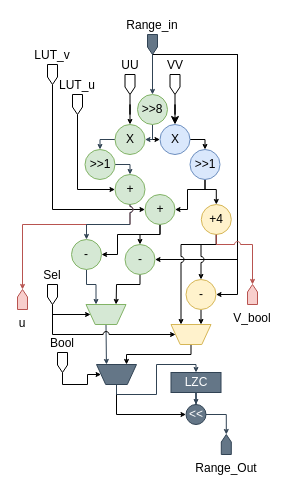
Earlier version of the draw.io diagram page "Stage_2" (6 of 9) of Project/Architecture.drawio (tuliopereirab/arithmetic-encoder-av1). Source tidied: cells renumbered, new cells numbered last; positions are measured from the earlier drawing's top-left corner, leaving out a move shared by most shapes. Both pictures are drawn from the tidied source at 100%, with x=0, y=0 at pixel (17, 34).
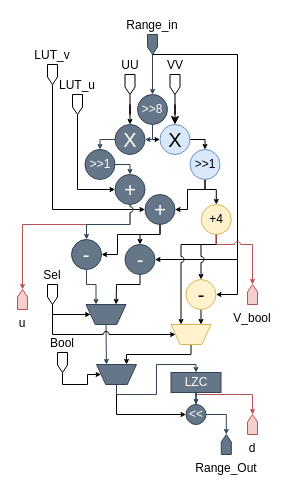
After the change.

Commit message (it also covers changes not shown here):
Something was changed on the architecture figures.

The change refers to these unchanged cells:
```xml
<mxCell id="47" value="LZC" style="rounded=0;whiteSpace=wrap;html=1;fillColor=#647687;strokeColor=#314354;fontColor=#ffffff;" parent="1" vertex="1">
  <mxGeometry x="153.5" y="338" width="50" height="20" as="geometry" />
</mxCell>
```

What changed in the source:
```diff
@@
+    <mxCell id="61" style="edgeStyle=orthogonalEdgeStyle;rounded=0;jettySize=auto;html=1;exitX=0.5;exitY=1;exitDx=0;exitDy=0;entryX=0.5;entryY=1;entryDx=0;entryDy=0;endSize=3;fillColor=#f8cecc;strokeColor=#b85450;" parent="1" edge="1" source="47" target="62">
+      <mxGeometry relative="1" as="geometry">
+        <Array as="points">
+          <mxPoint x="179" y="360" />
+          <mxPoint x="235" y="360" />
+        </Array>
+      </mxGeometry>
+    </mxCell>
@@
-    <mxCell id="12" value="&amp;gt;&amp;gt;8" style="ellipse;whiteSpace=wrap;html=1;fillColor=#d5e8d4;strokeColor=#82b366;" parent="1" vertex="1">
+    <mxCell id="12" value="&amp;gt;&amp;gt;8" style="ellipse;whiteSpace=wrap;html=1;fillColor=#647687;strokeColor=#314354;fontColor=#ffffff;" parent="1" vertex="1">
       <mxGeometry x="120" y="60" width="30" height="30" as="geometry" />
     </mxCell>
@@
-    <mxCell id="14" value="X" style="ellipse;whiteSpace=wrap;html=1;fillColor=#d5e8d4;strokeColor=#82b366;" parent="1" vertex="1">
+    <mxCell id="14" value="X" style="ellipse;whiteSpace=wrap;html=1;fillColor=#647687;strokeColor=#314354;fontColor=#ffffff;fontSize=20;" parent="1" vertex="1">
       <mxGeometry x="97.5" y="90" width="30" height="30" as="geometry" />
     </mxCell>
@@
-    <mxCell id="16" value="X" style="ellipse;whiteSpace=wrap;html=1;fillColor=#dae8fc;strokeColor=#6c8ebf;" parent="1" vertex="1">
+    <mxCell id="16" value="X" style="ellipse;whiteSpace=wrap;html=1;fillColor=#dae8fc;strokeColor=#6c8ebf;fontSize=20;" parent="1" vertex="1">
       <mxGeometry x="142.5" y="90" width="30" height="30" as="geometry" />
     </mxCell>
@@
-    <mxCell id="21" value="&amp;gt;&amp;gt;1" style="ellipse;whiteSpace=wrap;html=1;fillColor=#d5e8d4;strokeColor=#82b366;" parent="1" vertex="1">
+    <mxCell id="21" value="&amp;gt;&amp;gt;1" style="ellipse;whiteSpace=wrap;html=1;fillColor=#647687;strokeColor=#314354;fontColor=#ffffff;" parent="1" vertex="1">
       <mxGeometry x="67.5" y="115" width="30" height="30" as="geometry" />
     </mxCell>
@@
-    <mxCell id="24" value="+" style="ellipse;whiteSpace=wrap;html=1;fillColor=#d5e8d4;strokeColor=#82b366;" parent="1" vertex="1">
+    <mxCell id="24" value="+" style="ellipse;whiteSpace=wrap;html=1;fillColor=#647687;strokeColor=#314354;fontColor=#ffffff;fontSize=20;" parent="1" vertex="1">
       <mxGeometry x="127.5" y="160" width="30" height="30" as="geometry" />
     </mxCell>
@@
-    <mxCell id="31" value="+" style="ellipse;whiteSpace=wrap;html=1;fillColor=#d5e8d4;strokeColor=#82b366;" parent="1" vertex="1">
+    <mxCell id="31" value="+" style="ellipse;whiteSpace=wrap;html=1;fillColor=#647687;strokeColor=#314354;fontColor=#ffffff;fontSize=20;" parent="1" vertex="1">
       <mxGeometry x="97.5" y="140" width="30" height="30" as="geometry" />
     </mxCell>
@@
-    <mxCell id="38" style="verticalLabelPosition=bottom;verticalAlign=top;html=1;shape=trapezoid;perimeter=trapezoidPerimeter;whiteSpace=wrap;size=0.23;arcSize=10;flipV=1;align=center;direction=east;fillColor=#d5e8d4;strokeColor=#82b366;" parent="1" vertex="1">
+    <mxCell id="38" style="verticalLabelPosition=bottom;verticalAlign=top;html=1;shape=trapezoid;perimeter=trapezoidPerimeter;whiteSpace=wrap;size=0.23;arcSize=10;flipV=1;align=center;direction=east;fillColor=#647687;strokeColor=#314354;fontColor=#ffffff;" parent="1" vertex="1">
       <mxGeometry x="68.5" y="270" width="40" height="20" as="geometry" />
     </mxCell>
@@
-    <mxCell id="52" value="-" style="ellipse;whiteSpace=wrap;html=1;fillColor=#d5e8d4;strokeColor=#82b366;" parent="1" vertex="1">
+    <mxCell id="52" value="-" style="ellipse;whiteSpace=wrap;html=1;fillColor=#647687;strokeColor=#314354;fontColor=#ffffff;fontSize=20;" parent="1" vertex="1">
       <mxGeometry x="54" y="205" width="30" height="30" as="geometry" />
     </mxCell>
-    <mxCell id="53" value="-" style="ellipse;whiteSpace=wrap;html=1;fillColor=#d5e8d4;strokeColor=#82b366;" parent="1" vertex="1">
+    <mxCell id="53" value="-" style="ellipse;whiteSpace=wrap;html=1;fillColor=#647687;strokeColor=#314354;fontColor=#ffffff;fontSize=20;" parent="1" vertex="1">
       <mxGeometry x="107.5" y="210" width="30" height="30" as="geometry" />
     </mxCell>
@@
-    <mxCell id="55" value="-" style="ellipse;whiteSpace=wrap;html=1;fillColor=#fff2cc;strokeColor=#d6b656;" parent="1" vertex="1">
+    <mxCell id="55" value="-" style="ellipse;whiteSpace=wrap;html=1;fillColor=#fff2cc;strokeColor=#d6b656;fontSize=20;" parent="1" vertex="1">
       <mxGeometry x="168.5" y="245" width="30" height="30" as="geometry" />
     </mxCell>
@@
+    <mxCell id="62" value="d" style="shape=offPageConnector;whiteSpace=wrap;html=1;align=center;labelPosition=center;verticalLabelPosition=bottom;verticalAlign=top;direction=west;fillColor=#f8cecc;strokeColor=#b85450;" parent="1" vertex="1">
+      <mxGeometry x="230" y="380" width="10" height="20" as="geometry" />
+    </mxCell>
```
